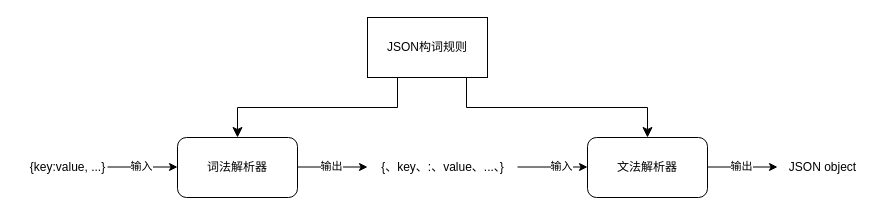
This is JSON解析器.drawio from FunkLiu/A-mini-porgram-about-Gaokao, a draw.io file, before an edit. Source tidied: cells renumbered, new cells numbered last; positions are measured from the earlier drawing's top-left corner, leaving out a move shared by most shapes. Both pictures are drawn from the tidied source at 100%, with x=0, y=0 at pixel (17, 17).
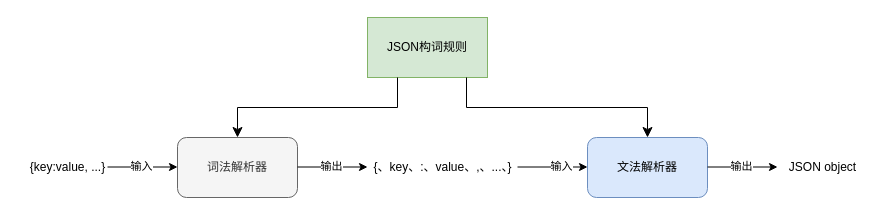
The same page after the edit.

Commit message:
更新JSON解析器.drawio

What changed in the source:
```diff
@@
-    <mxCell id="2" value="词法解析器" style="rounded=1;whiteSpace=wrap;html=1;" parent="1" vertex="1">
+    <mxCell id="2" value="词法解析器" style="rounded=1;whiteSpace=wrap;html=1;fillColor=#f5f5f5;fontColor=#333333;strokeColor=#666666;" parent="1" vertex="1">
       <mxGeometry x="160" y="120" width="120" height="60" as="geometry" />
     </mxCell>
@@
-    <mxCell id="7" value="文法解析器" style="rounded=1;whiteSpace=wrap;html=1;" parent="1" vertex="1">
+    <mxCell id="7" value="文法解析器" style="rounded=1;whiteSpace=wrap;html=1;fillColor=#dae8fc;strokeColor=#6c8ebf;" parent="1" vertex="1">
       <mxGeometry x="570" y="120" width="120" height="60" as="geometry" />
     </mxCell>
@@
-    <mxCell id="13" value="{、key、:、value、...、}" style="text;html=1;align=center;verticalAlign=middle;strokeColor=none;fillColor=none;" parent="1" vertex="1">
-      <mxGeometry x="350" y="135" width="150" height="30" as="geometry" />
+    <mxCell id="13" value="{、key、:、value、,、...、}" style="text;html=1;align=center;verticalAlign=middle;strokeColor=none;fillColor=none;" parent="1" vertex="1">
+      <mxGeometry x="340" y="135" width="170" height="30" as="geometry" />
     </mxCell>
-    <mxCell id="14" value="JSON构词规则" style="rounded=0;whiteSpace=wrap;html=1;" parent="1" vertex="1">
+    <mxCell id="14" value="JSON构词规则" style="rounded=0;whiteSpace=wrap;html=1;fillColor=#d5e8d4;strokeColor=#82b366;" parent="1" vertex="1">
       <mxGeometry x="350" width="120" height="60" as="geometry" />
     </mxCell>
```
